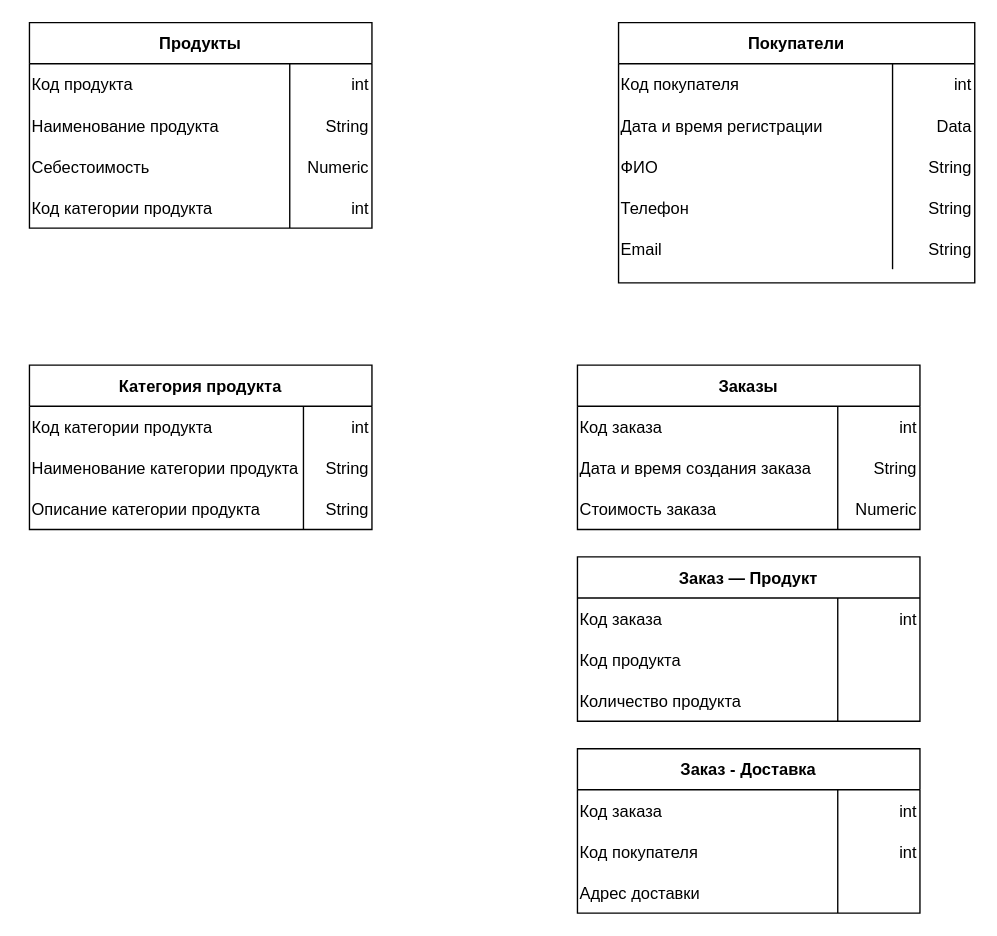
Above: Диаграмма без названия.drawio in Nikola1Barnev/1 (draw.io), before the change. Source tidied: cells renumbered, new cells numbered last; positions are measured from the earlier drawing's top-left corner, leaving out a move shared by most shapes. Both pictures are drawn from the tidied source at 137%, with x=0, y=0 at pixel (29, 22).
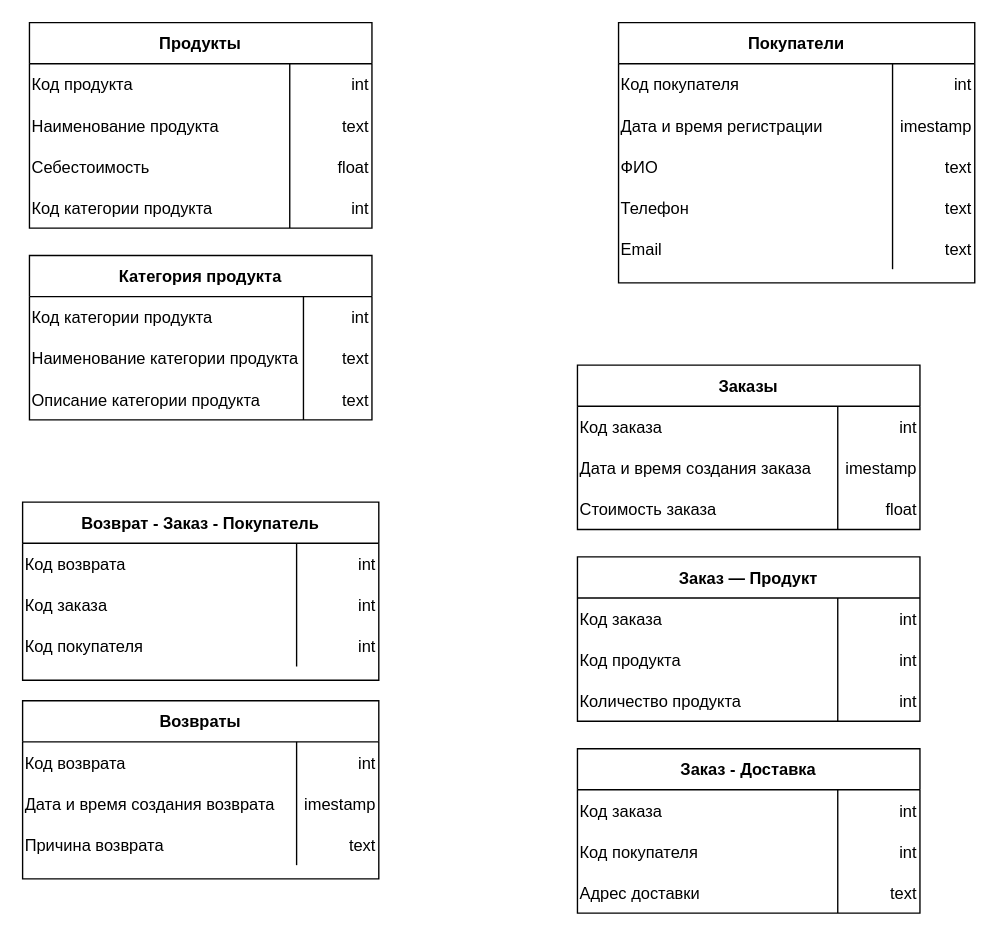
Above is the later version.

Unchanged cells that the change refers to:
```xml
<mxCell id="6" style="shape=partialRectangle;fillColor=none;top=0;left=0;right=0;bottom=0;" parent="2" vertex="1">
  <mxGeometry y="60" width="250" height="30" as="geometry" />
</mxCell>
<mxCell id="9" style="shape=partialRectangle;fillColor=none;top=0;left=0;right=0;bottom=0;" parent="2" vertex="1">
  <mxGeometry y="90" width="250" height="30" as="geometry" />
</mxCell>
<mxCell id="19" style="shape=partialRectangle;fillColor=none;top=0;left=0;right=0;bottom=0;" parent="15" vertex="1">
  <mxGeometry y="60" width="260" height="30" as="geometry" />
</mxCell>
<mxCell id="22" style="shape=partialRectangle;fillColor=none;top=0;left=0;right=0;bottom=0;" parent="15" vertex="1">
  <mxGeometry y="90" width="260" height="30" as="geometry" />
</mxCell>
<mxCell id="25" style="shape=partialRectangle;fillColor=none;top=0;left=0;right=0;bottom=0;" parent="15" vertex="1">
  <mxGeometry y="120" width="260" height="30" as="geometry" />
</mxCell>
<mxCell id="28" style="shape=partialRectangle;fillColor=none;top=0;left=0;right=0;bottom=0;" parent="15" vertex="1">
  <mxGeometry y="150" width="260" height="30" as="geometry" />
</mxCell>
<mxCell id="35" style="shape=partialRectangle;fillColor=none;top=0;left=0;right=0;bottom=0;" parent="31" vertex="1">
  <mxGeometry y="60" width="250" height="30" as="geometry" />
</mxCell>
<mxCell id="38" style="shape=partialRectangle;fillColor=none;top=0;left=0;right=0;bottom=0;" parent="31" vertex="1">
  <mxGeometry y="90" width="250" height="30" as="geometry" />
</mxCell>
<mxCell id="45" style="shape=partialRectangle;fillColor=none;top=0;left=0;right=0;bottom=0;" parent="41" vertex="1">
  <mxGeometry y="60" width="250" height="30" as="geometry" />
</mxCell>
<mxCell id="48" style="shape=partialRectangle;fillColor=none;top=0;left=0;right=0;bottom=0;" parent="41" vertex="1">
  <mxGeometry y="90" width="250" height="30" as="geometry" />
</mxCell>
<mxCell id="55" style="shape=partialRectangle;fillColor=none;top=0;left=0;right=0;bottom=0;" parent="51" vertex="1">
  <mxGeometry y="60" width="250" height="30" as="geometry" />
</mxCell>
<mxCell id="58" style="shape=partialRectangle;fillColor=none;top=0;left=0;right=0;bottom=0;" parent="51" vertex="1">
  <mxGeometry y="90" width="250" height="30" as="geometry" />
</mxCell>
<mxCell id="68" style="shape=partialRectangle;fillColor=none;top=0;left=0;right=0;bottom=0;" parent="61" vertex="1">
  <mxGeometry y="90" width="250" height="30" as="geometry" />
</mxCell>
```

The edit, as a diff of the source:
```diff
@@
-    <mxCell id="8" value="String" style="shape=partialRectangle;overflow=hidden;fillColor=none;top=0;left=0;bottom=0;right=0;align=right;spacingLeft=6;" parent="6" vertex="1">
+    <mxCell id="8" value="text" style="shape=partialRectangle;overflow=hidden;fillColor=none;top=0;left=0;bottom=0;right=0;align=right;spacingLeft=6;" parent="6" vertex="1">
       <mxGeometry x="190" width="60" height="30" as="geometry" />
     </mxCell>
@@
-    <mxCell id="11" value="Numeric" style="shape=partialRectangle;overflow=hidden;fillColor=none;top=0;left=0;bottom=0;right=0;align=right;spacingLeft=6;" parent="9" vertex="1">
+    <mxCell id="11" value="float" style="shape=partialRectangle;overflow=hidden;fillColor=none;top=0;left=0;bottom=0;right=0;align=right;spacingLeft=6;" parent="9" vertex="1">
       <mxGeometry x="190" width="60" height="30" as="geometry" />
     </mxCell>
@@
-    <mxCell id="21" value="Data" style="shape=partialRectangle;overflow=hidden;fillColor=none;top=0;left=0;bottom=0;right=0;align=right;spacingLeft=6;labelBorderColor=none;strokeColor=default;" parent="19" vertex="1">
+    <mxCell id="21" value="timestamp" style="shape=partialRectangle;overflow=hidden;fillColor=none;top=0;left=0;bottom=0;right=0;align=right;spacingLeft=6;labelBorderColor=none;strokeColor=default;" parent="19" vertex="1">
       <mxGeometry x="200" width="60" height="30" as="geometry" />
     </mxCell>
@@
-    <mxCell id="24" value="String" style="shape=partialRectangle;overflow=hidden;fillColor=none;top=0;left=0;bottom=0;right=0;align=right;spacingLeft=6;labelBorderColor=none;strokeColor=default;" parent="22" vertex="1">
+    <mxCell id="24" value="text" style="shape=partialRectangle;overflow=hidden;fillColor=none;top=0;left=0;bottom=0;right=0;align=right;spacingLeft=6;labelBorderColor=none;strokeColor=default;" parent="22" vertex="1">
       <mxGeometry x="200" width="60" height="30" as="geometry" />
     </mxCell>
@@
-    <mxCell id="27" value="String" style="shape=partialRectangle;overflow=hidden;fillColor=none;top=0;left=0;bottom=0;right=0;align=right;spacingLeft=6;labelBorderColor=none;strokeColor=default;" parent="25" vertex="1">
+    <mxCell id="27" value="text" style="shape=partialRectangle;overflow=hidden;fillColor=none;top=0;left=0;bottom=0;right=0;align=right;spacingLeft=6;labelBorderColor=none;strokeColor=default;" parent="25" vertex="1">
       <mxGeometry x="200" width="60" height="30" as="geometry" />
     </mxCell>
@@
-    <mxCell id="30" value="String" style="shape=partialRectangle;overflow=hidden;fillColor=none;top=0;left=0;bottom=0;right=0;align=right;spacingLeft=6;labelBorderColor=none;strokeColor=default;" parent="28" vertex="1">
+    <mxCell id="30" value="text" style="shape=partialRectangle;overflow=hidden;fillColor=none;top=0;left=0;bottom=0;right=0;align=right;spacingLeft=6;labelBorderColor=none;strokeColor=default;" parent="28" vertex="1">
       <mxGeometry x="200" width="60" height="30" as="geometry" />
     </mxCell>
     <mxCell id="31" value="Категория продукта" style="shape=table;startSize=30;childLayout=tableLayout;rowLines=0;fontStyle=1;align=center;" parent="1" vertex="1">
-      <mxGeometry y="250" width="250" height="120" as="geometry" />
+      <mxGeometry y="170" width="250" height="120" as="geometry" />
     </mxCell>
@@
-    <mxCell id="37" value="String" style="shape=partialRectangle;overflow=hidden;fillColor=none;top=0;left=0;bottom=0;right=0;align=right;spacingLeft=6;" parent="35" vertex="1">
+    <mxCell id="37" value="text" style="shape=partialRectangle;overflow=hidden;fillColor=none;top=0;left=0;bottom=0;right=0;align=right;spacingLeft=6;" parent="35" vertex="1">
       <mxGeometry x="200" width="50" height="30" as="geometry" />
     </mxCell>
@@
-    <mxCell id="40" value="String" style="shape=partialRectangle;overflow=hidden;fillColor=none;top=0;left=0;bottom=0;right=0;align=right;spacingLeft=6;" parent="38" vertex="1">
+    <mxCell id="40" value="text" style="shape=partialRectangle;overflow=hidden;fillColor=none;top=0;left=0;bottom=0;right=0;align=right;spacingLeft=6;" parent="38" vertex="1">
       <mxGeometry x="200" width="50" height="30" as="geometry" />
     </mxCell>
@@
-    <mxCell id="47" value="String" style="shape=partialRectangle;overflow=hidden;fillColor=none;top=0;left=0;bottom=0;right=0;align=right;spacingLeft=6;" parent="45" vertex="1">
+    <mxCell id="47" value="timestamp" style="shape=partialRectangle;overflow=hidden;fillColor=none;top=0;left=0;bottom=0;right=0;align=right;spacingLeft=6;" parent="45" vertex="1">
       <mxGeometry x="190" width="60" height="30" as="geometry" />
     </mxCell>
@@
-    <mxCell id="50" value="Numeric" style="shape=partialRectangle;overflow=hidden;fillColor=none;top=0;left=0;bottom=0;right=0;align=right;spacingLeft=6;" parent="48" vertex="1">
+    <mxCell id="50" value="float" style="shape=partialRectangle;overflow=hidden;fillColor=none;top=0;left=0;bottom=0;right=0;align=right;spacingLeft=6;" parent="48" vertex="1">
       <mxGeometry x="190" width="60" height="30" as="geometry" />
     </mxCell>
@@
-    <mxCell id="57" style="shape=partialRectangle;overflow=hidden;fillColor=none;top=0;left=0;bottom=0;right=0;align=right;spacingLeft=6;" parent="55" vertex="1">
+    <mxCell id="57" value="int" style="shape=partialRectangle;overflow=hidden;fillColor=none;top=0;left=0;bottom=0;right=0;align=right;spacingLeft=6;" parent="55" vertex="1">
       <mxGeometry x="190" width="60" height="30" as="geometry" />
     </mxCell>
@@
-    <mxCell id="60" style="shape=partialRectangle;overflow=hidden;fillColor=none;top=0;left=0;bottom=0;right=0;align=right;spacingLeft=6;" parent="58" vertex="1">
+    <mxCell id="60" value="int" style="shape=partialRectangle;overflow=hidden;fillColor=none;top=0;left=0;bottom=0;right=0;align=right;spacingLeft=6;" parent="58" vertex="1">
       <mxGeometry x="190" width="60" height="30" as="geometry" />
     </mxCell>
@@
-    <mxCell id="70" style="shape=partialRectangle;overflow=hidden;fillColor=none;top=0;left=0;bottom=0;right=0;align=right;spacingLeft=6;" parent="68" vertex="1">
+    <mxCell id="70" value="text" style="shape=partialRectangle;overflow=hidden;fillColor=none;top=0;left=0;bottom=0;right=0;align=right;spacingLeft=6;" parent="68" vertex="1">
       <mxGeometry x="190" width="60" height="30" as="geometry" />
     </mxCell>
+    <mxCell id="71" value="Возвраты" style="shape=table;startSize=30;childLayout=tableLayout;rowLines=0;fontStyle=1;align=center;" parent="1" vertex="1">
+      <mxGeometry x="-5" y="495" width="260" height="130" as="geometry" />
+    </mxCell>
+    <mxCell id="72" style="shape=partialRectangle;fillColor=none;top=0;left=0;right=0;bottom=0;" parent="71" vertex="1">
+      <mxGeometry y="30" width="260" height="30" as="geometry" />
+    </mxCell>
+    <mxCell id="73" value="Код возврата" style="shape=partialRectangle;overflow=hidden;fillColor=none;top=0;left=0;bottom=0;right=0;strokeColor=default;align=left;" parent="72" vertex="1">
+      <mxGeometry width="200" height="30" as="geometry" />
+    </mxCell>
+    <mxCell id="74" value="int" style="shape=partialRectangle;overflow=hidden;fillColor=none;top=0;left=0;bottom=0;right=0;align=right;spacingLeft=6;labelBorderColor=none;strokeColor=default;" parent="72" vertex="1">
+      <mxGeometry x="200" width="60" height="30" as="geometry" />
+    </mxCell>
+    <mxCell id="75" style="shape=partialRectangle;fillColor=none;top=0;left=0;right=0;bottom=0;" parent="71" vertex="1">
+      <mxGeometry y="60" width="260" height="30" as="geometry" />
+    </mxCell>
+    <mxCell id="76" value="Дата и время создания возврата" style="shape=partialRectangle;overflow=hidden;fillColor=none;top=0;left=0;bottom=0;right=0;strokeColor=default;align=left;" parent="75" vertex="1">
+      <mxGeometry width="200" height="30" as="geometry" />
+    </mxCell>
+    <mxCell id="77" value="timestamp" style="shape=partialRectangle;overflow=hidden;fillColor=none;top=0;left=0;bottom=0;right=0;align=right;spacingLeft=6;labelBorderColor=none;strokeColor=default;" parent="75" vertex="1">
+      <mxGeometry x="200" width="60" height="30" as="geometry" />
+    </mxCell>
+    <mxCell id="78" style="shape=partialRectangle;fillColor=none;top=0;left=0;right=0;bottom=0;" parent="71" vertex="1">
+      <mxGeometry y="90" width="260" height="30" as="geometry" />
+    </mxCell>
+    <mxCell id="79" value="Причина возврата" style="shape=partialRectangle;overflow=hidden;fillColor=none;top=0;left=0;bottom=0;right=0;strokeColor=default;align=left;" parent="78" vertex="1">
+      <mxGeometry width="200" height="30" as="geometry" />
+    </mxCell>
+    <mxCell id="80" value="text" style="shape=partialRectangle;overflow=hidden;fillColor=none;top=0;left=0;bottom=0;right=0;align=right;spacingLeft=6;labelBorderColor=none;strokeColor=default;" parent="78" vertex="1">
+      <mxGeometry x="200" width="60" height="30" as="geometry" />
+    </mxCell>
+    <mxCell id="81" value="Возврат - Заказ - Покупатель" style="shape=table;startSize=30;childLayout=tableLayout;rowLines=0;fontStyle=1;align=center;" parent="1" vertex="1">
+      <mxGeometry x="-5" y="350" width="260" height="130" as="geometry" />
+    </mxCell>
+    <mxCell id="82" style="shape=partialRectangle;fillColor=none;top=0;left=0;right=0;bottom=0;" parent="81" vertex="1">
+      <mxGeometry y="30" width="260" height="30" as="geometry" />
+    </mxCell>
+    <mxCell id="83" value="Код возврата" style="shape=partialRectangle;overflow=hidden;fillColor=none;top=0;left=0;bottom=0;right=0;strokeColor=default;align=left;" parent="82" vertex="1">
+      <mxGeometry width="200" height="30" as="geometry" />
+    </mxCell>
+    <mxCell id="84" value="int" style="shape=partialRectangle;overflow=hidden;fillColor=none;top=0;left=0;bottom=0;right=0;align=right;spacingLeft=6;labelBorderColor=none;strokeColor=default;" parent="82" vertex="1">
+      <mxGeometry x="200" width="60" height="30" as="geometry" />
+    </mxCell>
+    <mxCell id="85" style="shape=partialRectangle;fillColor=none;top=0;left=0;right=0;bottom=0;" parent="81" vertex="1">
+      <mxGeometry y="60" width="260" height="30" as="geometry" />
+    </mxCell>
+    <mxCell id="86" value="Код заказа" style="shape=partialRectangle;overflow=hidden;fillColor=none;top=0;left=0;bottom=0;right=0;strokeColor=default;align=left;" parent="85" vertex="1">
+      <mxGeometry width="200" height="30" as="geometry" />
+    </mxCell>
+    <mxCell id="87" value="int" style="shape=partialRectangle;overflow=hidden;fillColor=none;top=0;left=0;bottom=0;right=0;align=right;spacingLeft=6;labelBorderColor=none;strokeColor=default;" parent="85" vertex="1">
+      <mxGeometry x="200" width="60" height="30" as="geometry" />
+    </mxCell>
+    <mxCell id="88" style="shape=partialRectangle;fillColor=none;top=0;left=0;right=0;bottom=0;" parent="81" vertex="1">
+      <mxGeometry y="90" width="260" height="30" as="geometry" />
+    </mxCell>
+    <mxCell id="89" value="Код покупателя" style="shape=partialRectangle;overflow=hidden;fillColor=none;top=0;left=0;bottom=0;right=0;strokeColor=default;align=left;" parent="88" vertex="1">
+      <mxGeometry width="200" height="30" as="geometry" />
+    </mxCell>
+    <mxCell id="90" value="int" style="shape=partialRectangle;overflow=hidden;fillColor=none;top=0;left=0;bottom=0;right=0;align=right;spacingLeft=6;labelBorderColor=none;strokeColor=default;" parent="88" vertex="1">
+      <mxGeometry x="200" width="60" height="30" as="geometry" />
+    </mxCell>
```
